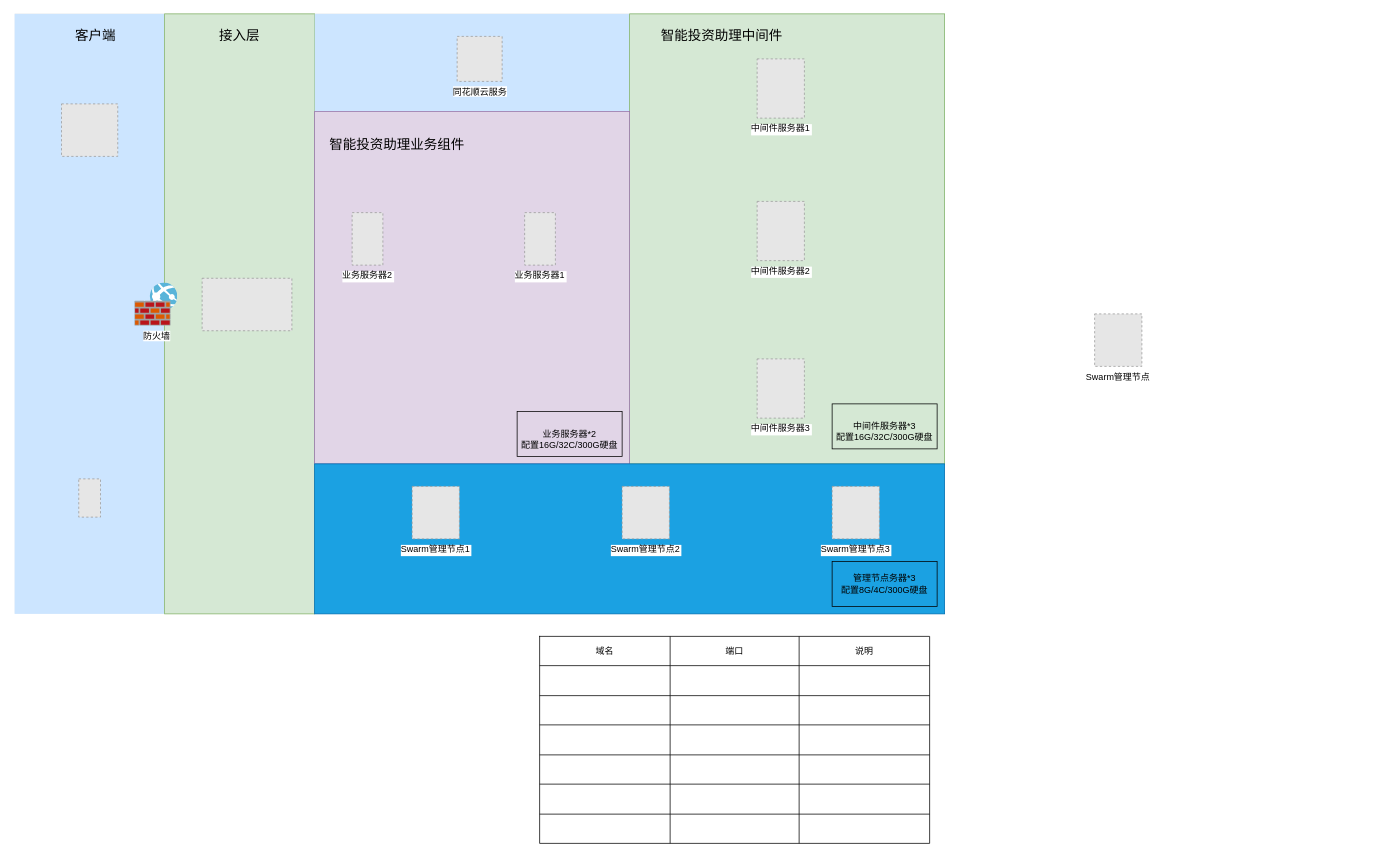
This is 部署.drawio from BinWu1989/cms-config, a draw.io file, before an edit. Source tidied: cells renumbered, new cells numbered last; positions are measured from the earlier drawing's top-left corner, leaving out a move shared by most shapes. Both pictures are drawn from the tidied source at 75%, with x=0, y=0 at pixel (13, 13). Pictures stored in the file or linked from it are replaced by grey dashed boxes.
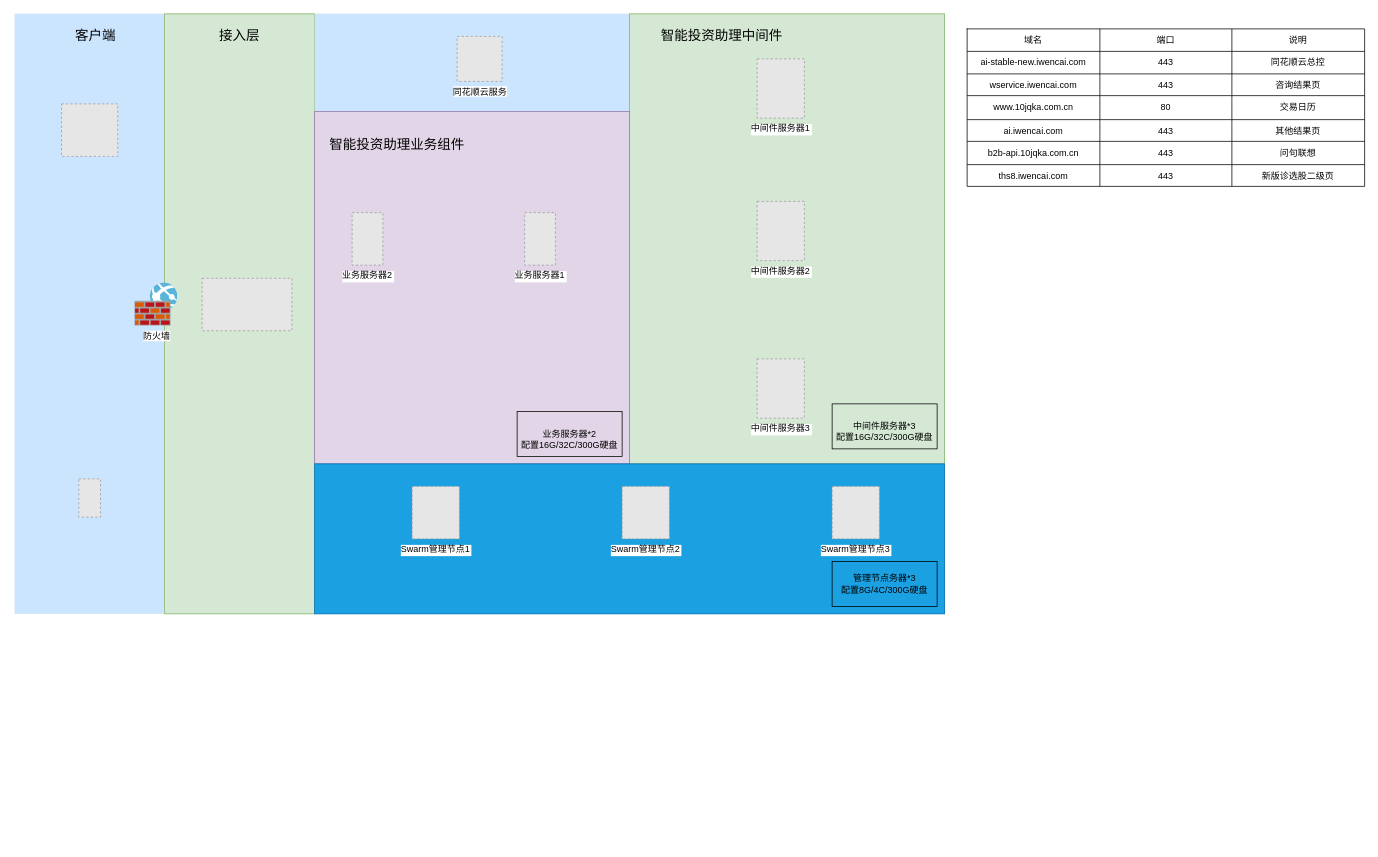
Above is the later version.

Diff of the diagram source:
```diff
@@
-    <mxCell id="4" value="Swarm管理节点" style="fillColor=#E6E6E6;strokeColor=#999999;dashed=1;verticalLabelPosition=bottom;labelBackgroundColor=#ffffff;verticalAlign=top;" parent="1" vertex="1">
-      <mxGeometry x="1442" y="401" width="63" height="70" as="geometry" />
-    </mxCell>
@@
     <mxCell id="31" style="shape=table;startSize=0;childLayout=tableLayout;" parent="1" vertex="1">
-      <mxGeometry x="702" y="831" width="520" height="276" as="geometry" />
+      <mxGeometry x="1272" y="21" width="530" height="210" as="geometry" />
     </mxCell>
     <mxCell id="32" style="shape=tableRow;horizontal=0;startSize=0;swimlaneHead=0;swimlaneBody=0;strokeColor=inherit;top=0;left=0;bottom=0;right=0;fillColor=none;" parent="31" vertex="1">
-      <mxGeometry width="520" height="39" as="geometry" />
+      <mxGeometry width="530" height="30" as="geometry" />
     </mxCell>
     <mxCell id="33" value="域名" style="shape=partialRectangle;html=1;whiteSpace=wrap;strokeColor=inherit;overflow=hidden;fillColor=none;top=0;left=0;bottom=0;right=0;" parent="32" vertex="1">
-      <mxGeometry width="174" height="39" as="geometry" />
+      <mxGeometry width="177" height="30" as="geometry" />
     </mxCell>
     <mxCell id="34" value="端口" style="shape=partialRectangle;html=1;whiteSpace=wrap;strokeColor=inherit;overflow=hidden;fillColor=none;top=0;left=0;bottom=0;right=0;" parent="32" vertex="1">
-      <mxGeometry x="174" width="172" height="39" as="geometry" />
+      <mxGeometry x="177" width="176" height="30" as="geometry" />
     </mxCell>
     <mxCell id="35" value="说明" style="shape=partialRectangle;html=1;whiteSpace=wrap;strokeColor=inherit;overflow=hidden;fillColor=none;top=0;left=0;bottom=0;right=0;" parent="32" vertex="1">
-      <mxGeometry x="346" width="174" height="39" as="geometry" />
+      <mxGeometry x="353" width="177" height="30" as="geometry" />
     </mxCell>
     <mxCell id="36" style="shape=tableRow;horizontal=0;startSize=0;swimlaneHead=0;swimlaneBody=0;strokeColor=inherit;top=0;left=0;bottom=0;right=0;fillColor=none;" parent="31" vertex="1">
-      <mxGeometry y="39" width="520" height="40" as="geometry" />
+      <mxGeometry y="30" width="530" height="30" as="geometry" />
     </mxCell>
-    <mxCell id="37" style="shape=partialRectangle;html=1;whiteSpace=wrap;strokeColor=inherit;overflow=hidden;fillColor=none;top=0;left=0;bottom=0;right=0;" parent="36" vertex="1">
-      <mxGeometry width="174" height="40" as="geometry" />
+    <mxCell id="37" value="ai-stable-new.iwencai.com" style="shape=partialRectangle;html=1;whiteSpace=wrap;strokeColor=inherit;overflow=hidden;fillColor=none;top=0;left=0;bottom=0;right=0;" parent="36" vertex="1">
+      <mxGeometry width="177" height="30" as="geometry" />
     </mxCell>
-    <mxCell id="38" style="shape=partialRectangle;html=1;whiteSpace=wrap;strokeColor=inherit;overflow=hidden;fillColor=none;top=0;left=0;bottom=0;right=0;" parent="36" vertex="1">
-      <mxGeometry x="174" width="172" height="40" as="geometry" />
+    <mxCell id="38" value="443" style="shape=partialRectangle;html=1;whiteSpace=wrap;strokeColor=inherit;overflow=hidden;fillColor=none;top=0;left=0;bottom=0;right=0;" parent="36" vertex="1">
+      <mxGeometry x="177" width="176" height="30" as="geometry" />
     </mxCell>
-    <mxCell id="39" style="shape=partialRectangle;html=1;whiteSpace=wrap;strokeColor=inherit;overflow=hidden;fillColor=none;top=0;left=0;bottom=0;right=0;" parent="36" vertex="1">
-      <mxGeometry x="346" width="174" height="40" as="geometry" />
+    <mxCell id="39" value="同花顺云总控" style="shape=partialRectangle;html=1;whiteSpace=wrap;strokeColor=inherit;overflow=hidden;fillColor=none;top=0;left=0;bottom=0;right=0;" parent="36" vertex="1">
+      <mxGeometry x="353" width="177" height="30" as="geometry" />
     </mxCell>
     <mxCell id="40" style="shape=tableRow;horizontal=0;startSize=0;swimlaneHead=0;swimlaneBody=0;strokeColor=inherit;top=0;left=0;bottom=0;right=0;fillColor=none;" parent="31" vertex="1">
-      <mxGeometry y="79" width="520" height="39" as="geometry" />
+      <mxGeometry y="60" width="530" height="29" as="geometry" />
     </mxCell>
-    <mxCell id="41" style="shape=partialRectangle;html=1;whiteSpace=wrap;strokeColor=inherit;overflow=hidden;fillColor=none;top=0;left=0;bottom=0;right=0;" parent="40" vertex="1">
-      <mxGeometry width="174" height="39" as="geometry" />
+    <mxCell id="41" value="wservice.iwencai.com" style="shape=partialRectangle;html=1;whiteSpace=wrap;strokeColor=inherit;overflow=hidden;fillColor=none;top=0;left=0;bottom=0;right=0;" parent="40" vertex="1">
+      <mxGeometry width="177" height="29" as="geometry" />
     </mxCell>
-    <mxCell id="42" style="shape=partialRectangle;html=1;whiteSpace=wrap;strokeColor=inherit;overflow=hidden;fillColor=none;top=0;left=0;bottom=0;right=0;" parent="40" vertex="1">
-      <mxGeometry x="174" width="172" height="39" as="geometry" />
+    <mxCell id="42" value="443" style="shape=partialRectangle;html=1;whiteSpace=wrap;strokeColor=inherit;overflow=hidden;fillColor=none;top=0;left=0;bottom=0;right=0;" parent="40" vertex="1">
+      <mxGeometry x="177" width="176" height="29" as="geometry" />
     </mxCell>
-    <mxCell id="43" style="shape=partialRectangle;html=1;whiteSpace=wrap;strokeColor=inherit;overflow=hidden;fillColor=none;top=0;left=0;bottom=0;right=0;" parent="40" vertex="1">
-      <mxGeometry x="346" width="174" height="39" as="geometry" />
+    <mxCell id="43" value="咨询结果页" style="shape=partialRectangle;html=1;whiteSpace=wrap;strokeColor=inherit;overflow=hidden;fillColor=none;top=0;left=0;bottom=0;right=0;" parent="40" vertex="1">
+      <mxGeometry x="353" width="177" height="29" as="geometry" />
     </mxCell>
     <mxCell id="44" style="shape=tableRow;horizontal=0;startSize=0;swimlaneHead=0;swimlaneBody=0;strokeColor=inherit;top=0;left=0;bottom=0;right=0;fillColor=none;" parent="31" vertex="1">
-      <mxGeometry y="118" width="520" height="40" as="geometry" />
+      <mxGeometry y="89" width="530" height="32" as="geometry" />
     </mxCell>
-    <mxCell id="45" style="shape=partialRectangle;html=1;whiteSpace=wrap;strokeColor=inherit;overflow=hidden;fillColor=none;top=0;left=0;bottom=0;right=0;" parent="44" vertex="1">
-      <mxGeometry width="174" height="40" as="geometry" />
+    <mxCell id="45" value="www.10jqka.com.cn" style="shape=partialRectangle;html=1;whiteSpace=wrap;strokeColor=inherit;overflow=hidden;fillColor=none;top=0;left=0;bottom=0;right=0;" parent="44" vertex="1">
+      <mxGeometry width="177" height="32" as="geometry" />
     </mxCell>
-    <mxCell id="46" style="shape=partialRectangle;html=1;whiteSpace=wrap;strokeColor=inherit;overflow=hidden;fillColor=none;top=0;left=0;bottom=0;right=0;" parent="44" vertex="1">
-      <mxGeometry x="174" width="172" height="40" as="geometry" />
+    <mxCell id="46" value="80" style="shape=partialRectangle;html=1;whiteSpace=wrap;strokeColor=inherit;overflow=hidden;fillColor=none;top=0;left=0;bottom=0;right=0;" parent="44" vertex="1">
+      <mxGeometry x="177" width="176" height="32" as="geometry" />
     </mxCell>
-    <mxCell id="47" style="shape=partialRectangle;html=1;whiteSpace=wrap;strokeColor=inherit;overflow=hidden;fillColor=none;top=0;left=0;bottom=0;right=0;" parent="44" vertex="1">
-      <mxGeometry x="346" width="174" height="40" as="geometry" />
+    <mxCell id="47" value="交易日历" style="shape=partialRectangle;html=1;whiteSpace=wrap;strokeColor=inherit;overflow=hidden;fillColor=none;top=0;left=0;bottom=0;right=0;" parent="44" vertex="1">
+      <mxGeometry x="353" width="177" height="32" as="geometry" />
     </mxCell>
     <mxCell id="48" style="shape=tableRow;horizontal=0;startSize=0;swimlaneHead=0;swimlaneBody=0;strokeColor=inherit;top=0;left=0;bottom=0;right=0;fillColor=none;" parent="31" vertex="1">
-      <mxGeometry y="158" width="520" height="39" as="geometry" />
+      <mxGeometry y="121" width="530" height="29" as="geometry" />
     </mxCell>
-    <mxCell id="49" style="shape=partialRectangle;html=1;whiteSpace=wrap;strokeColor=inherit;overflow=hidden;fillColor=none;top=0;left=0;bottom=0;right=0;" parent="48" vertex="1">
-      <mxGeometry width="174" height="39" as="geometry" />
+    <mxCell id="49" value="ai.iwencai.com" style="shape=partialRectangle;html=1;whiteSpace=wrap;strokeColor=inherit;overflow=hidden;fillColor=none;top=0;left=0;bottom=0;right=0;" parent="48" vertex="1">
+      <mxGeometry width="177" height="29" as="geometry" />
     </mxCell>
-    <mxCell id="50" style="shape=partialRectangle;html=1;whiteSpace=wrap;strokeColor=inherit;overflow=hidden;fillColor=none;top=0;left=0;bottom=0;right=0;" parent="48" vertex="1">
-      <mxGeometry x="174" width="172" height="39" as="geometry" />
+    <mxCell id="50" value="443" style="shape=partialRectangle;html=1;whiteSpace=wrap;strokeColor=inherit;overflow=hidden;fillColor=none;top=0;left=0;bottom=0;right=0;" parent="48" vertex="1">
+      <mxGeometry x="177" width="176" height="29" as="geometry" />
     </mxCell>
-    <mxCell id="51" style="shape=partialRectangle;html=1;whiteSpace=wrap;strokeColor=inherit;overflow=hidden;fillColor=none;top=0;left=0;bottom=0;right=0;" parent="48" vertex="1">
-      <mxGeometry x="346" width="174" height="39" as="geometry" />
+    <mxCell id="51" value="其他结果页" style="shape=partialRectangle;html=1;whiteSpace=wrap;strokeColor=inherit;overflow=hidden;fillColor=none;top=0;left=0;bottom=0;right=0;" parent="48" vertex="1">
+      <mxGeometry x="353" width="177" height="29" as="geometry" />
     </mxCell>
     <mxCell id="52" style="shape=tableRow;horizontal=0;startSize=0;swimlaneHead=0;swimlaneBody=0;strokeColor=inherit;top=0;left=0;bottom=0;right=0;fillColor=none;" parent="31" vertex="1">
-      <mxGeometry y="197" width="520" height="40" as="geometry" />
+      <mxGeometry y="150" width="530" height="31" as="geometry" />
     </mxCell>
-    <mxCell id="53" style="shape=partialRectangle;html=1;whiteSpace=wrap;strokeColor=inherit;overflow=hidden;fillColor=none;top=0;left=0;bottom=0;right=0;" parent="52" vertex="1">
-      <mxGeometry width="174" height="40" as="geometry" />
+    <mxCell id="53" value="b2b-api.10jqka.com.cn" style="shape=partialRectangle;html=1;whiteSpace=wrap;strokeColor=inherit;overflow=hidden;fillColor=none;top=0;left=0;bottom=0;right=0;" parent="52" vertex="1">
+      <mxGeometry width="177" height="31" as="geometry" />
     </mxCell>
-    <mxCell id="54" style="shape=partialRectangle;html=1;whiteSpace=wrap;strokeColor=inherit;overflow=hidden;fillColor=none;top=0;left=0;bottom=0;right=0;" parent="52" vertex="1">
-      <mxGeometry x="174" width="172" height="40" as="geometry" />
+    <mxCell id="54" value="443" style="shape=partialRectangle;html=1;whiteSpace=wrap;strokeColor=inherit;overflow=hidden;fillColor=none;top=0;left=0;bottom=0;right=0;" parent="52" vertex="1">
+      <mxGeometry x="177" width="176" height="31" as="geometry" />
     </mxCell>
-    <mxCell id="55" style="shape=partialRectangle;html=1;whiteSpace=wrap;strokeColor=inherit;overflow=hidden;fillColor=none;top=0;left=0;bottom=0;right=0;" parent="52" vertex="1">
-      <mxGeometry x="346" width="174" height="40" as="geometry" />
+    <mxCell id="55" value="问句联想" style="shape=partialRectangle;html=1;whiteSpace=wrap;strokeColor=inherit;overflow=hidden;fillColor=none;top=0;left=0;bottom=0;right=0;" parent="52" vertex="1">
+      <mxGeometry x="353" width="177" height="31" as="geometry" />
     </mxCell>
     <mxCell id="56" style="shape=tableRow;horizontal=0;startSize=0;swimlaneHead=0;swimlaneBody=0;strokeColor=inherit;top=0;left=0;bottom=0;right=0;fillColor=none;" parent="31" vertex="1">
-      <mxGeometry y="237" width="520" height="39" as="geometry" />
+      <mxGeometry y="181" width="530" height="29" as="geometry" />
     </mxCell>
-    <mxCell id="57" style="shape=partialRectangle;html=1;whiteSpace=wrap;strokeColor=inherit;overflow=hidden;fillColor=none;top=0;left=0;bottom=0;right=0;" parent="56" vertex="1">
-      <mxGeometry width="174" height="39" as="geometry" />
+    <mxCell id="57" value="ths8.iwencai.com" style="shape=partialRectangle;html=1;whiteSpace=wrap;strokeColor=inherit;overflow=hidden;fillColor=none;top=0;left=0;bottom=0;right=0;" parent="56" vertex="1">
+      <mxGeometry width="177" height="29" as="geometry" />
     </mxCell>
-    <mxCell id="58" style="shape=partialRectangle;html=1;whiteSpace=wrap;strokeColor=inherit;overflow=hidden;fillColor=none;top=0;left=0;bottom=0;right=0;" parent="56" vertex="1">
-      <mxGeometry x="174" width="172" height="39" as="geometry" />
+    <mxCell id="58" value="443" style="shape=partialRectangle;html=1;whiteSpace=wrap;strokeColor=inherit;overflow=hidden;fillColor=none;top=0;left=0;bottom=0;right=0;" parent="56" vertex="1">
+      <mxGeometry x="177" width="176" height="29" as="geometry" />
     </mxCell>
-    <mxCell id="59" style="shape=partialRectangle;html=1;whiteSpace=wrap;strokeColor=inherit;overflow=hidden;fillColor=none;top=0;left=0;bottom=0;right=0;" parent="56" vertex="1">
-      <mxGeometry x="346" width="174" height="39" as="geometry" />
+    <mxCell id="59" value="新版诊选股二级页" style="shape=partialRectangle;html=1;whiteSpace=wrap;strokeColor=inherit;overflow=hidden;fillColor=none;top=0;left=0;bottom=0;right=0;" parent="56" vertex="1">
+      <mxGeometry x="353" width="177" height="29" as="geometry" />
     </mxCell>
```
